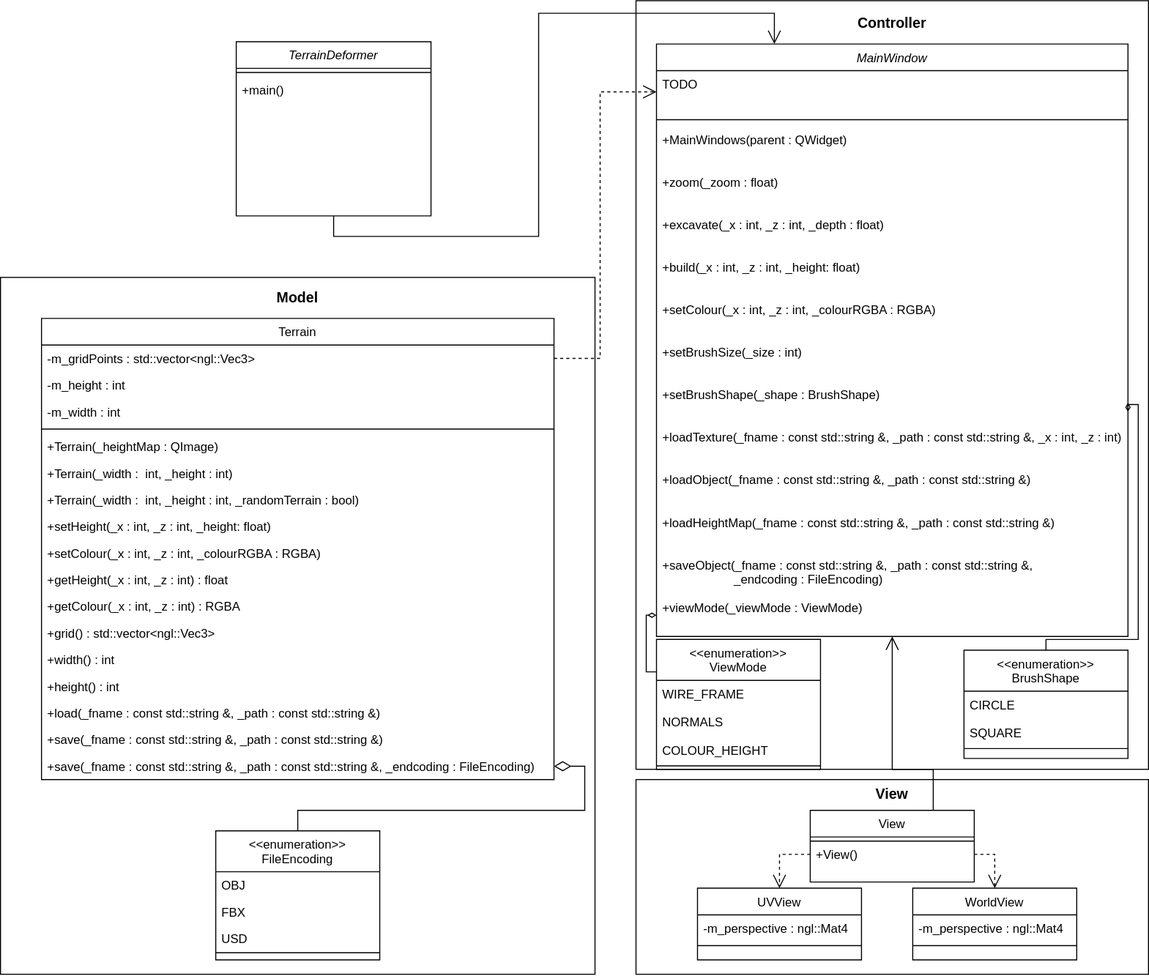
Olluo/geometry-clipmaps-demo keeps this draw.io diagram as img/ase_class_diagram.svg. Above is the earlier version. Source tidied: cells renumbered, new cells last; positions are measured from the earlier drawing's top-left corner, leaving out a move shared by most shapes.
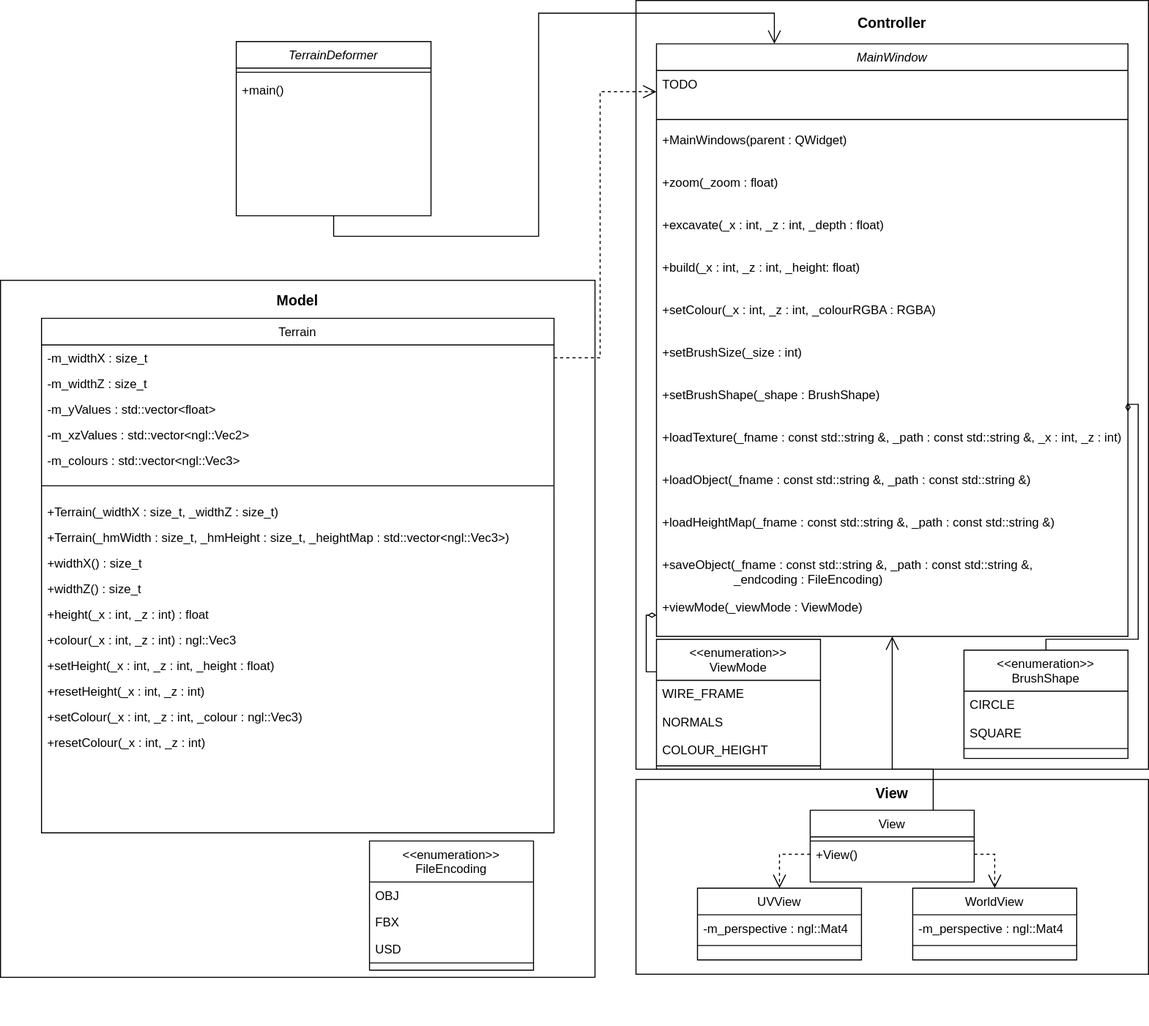
After the change.

The edit, as a diff of the source:
```diff
@@ -3,7 +3,7 @@
     <mxCell id="0" />
     <mxCell id="1" parent="0" />
     <mxCell id="2" style="group;" parent="1" vertex="1">
-      <mxGeometry y="270" width="580" height="680" as="geometry" />
+      <mxGeometry y="273" width="580" height="726" as="geometry" />
     </mxCell>
     <mxCell id="3" style="rounded=0;whiteSpace=wrap;html=1;fillColor=none;" parent="2" vertex="1">
       <mxGeometry width="580" height="680" as="geometry" />
@@ -11,6 +11,21 @@
     <mxCell id="4" value="Model" style="text;html=1;strokeColor=none;fillColor=none;align=center;verticalAlign=middle;whiteSpace=wrap;rounded=0;fontSize=14;fontStyle=1;" parent="2" vertex="1">
       <mxGeometry x="260" y="10" width="60" height="20" as="geometry" />
     </mxCell>
+    <mxCell id="52" value="&lt;&lt;enumeration&gt;&gt;&#10;FileEncoding" style="swimlane;fontStyle=0;align=center;verticalAlign=top;horizontal=1;startSize=40;rounded=0;shadow=0;strokeWidth=1;" parent="2" vertex="1">
+      <mxGeometry x="360" y="547" width="160" height="126" as="geometry" />
+    </mxCell>
+    <mxCell id="53" value="OBJ" style="text;align=left;verticalAlign=top;spacingLeft=4;spacingRight=4;overflow=hidden;" parent="52" vertex="1">
+      <mxGeometry y="40" width="160" height="26" as="geometry" />
+    </mxCell>
+    <mxCell id="54" value="FBX" style="text;align=left;verticalAlign=top;spacingLeft=4;spacingRight=4;overflow=hidden;" parent="52" vertex="1">
+      <mxGeometry y="66" width="160" height="26" as="geometry" />
+    </mxCell>
+    <mxCell id="55" value="USD" style="text;align=left;verticalAlign=top;spacingLeft=4;spacingRight=4;overflow=hidden;" parent="52" vertex="1">
+      <mxGeometry y="92" width="160" height="26" as="geometry" />
+    </mxCell>
+    <mxCell id="56" style="line;html=1;strokeWidth=1;align=left;verticalAlign=middle;spacingTop=-1;spacingLeft=3;spacingRight=3;labelPosition=right;" parent="52" vertex="1">
+      <mxGeometry y="118" width="160" height="2" as="geometry" />
+    </mxCell>
     <mxCell id="5" style="group;" parent="1" vertex="1">
       <mxGeometry x="620" width="500" height="750" as="geometry" />
     </mxCell>
@@ -110,77 +125,56 @@
       </mxGeometry>
     </mxCell>
     <mxCell id="34" value="Terrain" style="swimlane;fontStyle=0;align=center;verticalAlign=top;horizontal=1;startSize=26;rounded=0;shadow=0;strokeWidth=1;" parent="1" vertex="1">
-      <mxGeometry x="40" y="310" width="500" height="450" as="geometry" />
+      <mxGeometry x="40" y="310" width="500" height="502" as="geometry" />
     </mxCell>
-    <mxCell id="35" value="-m_gridPoints : std::vector&lt;ngl::Vec3&gt;" style="text;align=left;verticalAlign=top;spacingLeft=4;spacingRight=4;overflow=hidden;points=[[0,0.5],[1,0.5]];portConstraint=eastwest;" parent="34" vertex="1">
-      <mxGeometry y="26" width="500" height="26" as="geometry" />
+    <mxCell id="35" value="-m_widthX : size_t" style="text;align=left;verticalAlign=top;spacingLeft=4;spacingRight=4;overflow=hidden;points=[[0,0.5],[1,0.5]];portConstraint=eastwest;" parent="34" vertex="1">
+      <mxGeometry y="26" width="500" height="25" as="geometry" />
     </mxCell>
-    <mxCell id="36" value="-m_height : int" style="text;align=left;verticalAlign=top;spacingLeft=4;spacingRight=4;overflow=hidden;" parent="34" vertex="1">
-      <mxGeometry y="52" width="500" height="26" as="geometry" />
-    </mxCell>
-    <mxCell id="37" value="-m_width : int" style="text;align=left;verticalAlign=top;spacingLeft=4;spacingRight=4;overflow=hidden;" parent="34" vertex="1">
-      <mxGeometry y="78" width="500" height="26" as="geometry" />
-    </mxCell>
+    <mxCell id="78" value="-m_widthZ : size_t" style="text;align=left;verticalAlign=top;spacingLeft=4;spacingRight=4;overflow=hidden;" parent="34" vertex="1">
+      <mxGeometry y="51" width="500" height="25" as="geometry" />
+    </mxCell>
+    <mxCell id="79" value="-m_yValues : std::vector&lt;float&gt;" style="text;align=left;verticalAlign=top;spacingLeft=4;spacingRight=4;overflow=hidden;" parent="34" vertex="1">
+      <mxGeometry y="76" width="500" height="25" as="geometry" />
+    </mxCell>
+    <mxCell id="80" value="-m_xzValues : std::vector&lt;ngl::Vec2&gt;" style="text;align=left;verticalAlign=top;spacingLeft=4;spacingRight=4;overflow=hidden;" parent="34" vertex="1">
+      <mxGeometry y="101" width="500" height="25" as="geometry" />
+    </mxCell>
+    <mxCell id="81" value="-m_colours : std::vector&lt;ngl::Vec3&gt;" style="text;align=left;verticalAlign=top;spacingLeft=4;spacingRight=4;overflow=hidden;" parent="34" vertex="1">
+      <mxGeometry y="126" width="500" height="25" as="geometry" />
+    </mxCell>
     <mxCell id="38" style="line;html=1;strokeWidth=1;align=left;verticalAlign=middle;spacingTop=-1;spacingLeft=3;spacingRight=3;labelPosition=right;" parent="34" vertex="1">
-      <mxGeometry y="104" width="500" height="8" as="geometry" />
+      <mxGeometry y="151" width="500" height="25" as="geometry" />
     </mxCell>
-    <mxCell id="39" value="+Terrain(_heightMap : QImage)" style="text;align=left;verticalAlign=top;spacingLeft=4;spacingRight=4;overflow=hidden;" parent="34" vertex="1">
-      <mxGeometry y="112" width="500" height="26" as="geometry" />
-    </mxCell>
-    <mxCell id="40" value="+Terrain(_width :  int, _height : int)" style="text;align=left;verticalAlign=top;spacingLeft=4;spacingRight=4;overflow=hidden;" parent="34" vertex="1">
-      <mxGeometry y="138" width="500" height="26" as="geometry" />
-    </mxCell>
-    <mxCell id="41" value="+Terrain(_width :  int, _height : int, _randomTerrain : bool)" style="text;align=left;verticalAlign=top;spacingLeft=4;spacingRight=4;overflow=hidden;" parent="34" vertex="1">
-      <mxGeometry y="164" width="500" height="26" as="geometry" />
-    </mxCell>
-    <mxCell id="42" value="+setHeight(_x : int, _z : int, _height: float)" style="text;align=left;verticalAlign=top;spacingLeft=4;spacingRight=4;overflow=hidden;" parent="34" vertex="1">
-      <mxGeometry y="190" width="500" height="26" as="geometry" />
-    </mxCell>
-    <mxCell id="43" value="+setColour(_x : int, _z : int, _colourRGBA : RGBA)" style="text;align=left;verticalAlign=top;spacingLeft=4;spacingRight=4;overflow=hidden;" parent="34" vertex="1">
-      <mxGeometry y="216" width="500" height="26" as="geometry" />
-    </mxCell>
-    <mxCell id="44" value="+getHeight(_x : int, _z : int) : float" style="text;align=left;verticalAlign=top;spacingLeft=4;spacingRight=4;overflow=hidden;" parent="34" vertex="1">
-      <mxGeometry y="242" width="500" height="26" as="geometry" />
-    </mxCell>
-    <mxCell id="45" value="+getColour(_x : int, _z : int) : RGBA" style="text;align=left;verticalAlign=top;spacingLeft=4;spacingRight=4;overflow=hidden;" parent="34" vertex="1">
-      <mxGeometry y="268" width="500" height="26" as="geometry" />
-    </mxCell>
-    <mxCell id="46" value="+grid() : std::vector&lt;ngl::Vec3&gt;" style="text;align=left;verticalAlign=top;spacingLeft=4;spacingRight=4;overflow=hidden;" parent="34" vertex="1">
-      <mxGeometry y="294" width="500" height="26" as="geometry" />
-    </mxCell>
-    <mxCell id="47" value="+width() : int" style="text;align=left;verticalAlign=top;spacingLeft=4;spacingRight=4;overflow=hidden;" parent="34" vertex="1">
-      <mxGeometry y="320" width="500" height="26" as="geometry" />
-    </mxCell>
-    <mxCell id="48" value="+height() : int" style="text;align=left;verticalAlign=top;spacingLeft=4;spacingRight=4;overflow=hidden;" parent="34" vertex="1">
-      <mxGeometry y="346" width="500" height="26" as="geometry" />
-    </mxCell>
-    <mxCell id="49" value="+load(_fname : const std::string &amp;, _path : const std::string &amp;)" style="text;align=left;verticalAlign=top;spacingLeft=4;spacingRight=4;overflow=hidden;" parent="34" vertex="1">
-      <mxGeometry y="372" width="500" height="26" as="geometry" />
-    </mxCell>
-    <mxCell id="50" value="+save(_fname : const std::string &amp;, _path : const std::string &amp;)" style="text;align=left;verticalAlign=top;spacingLeft=4;spacingRight=4;overflow=hidden;" parent="34" vertex="1">
-      <mxGeometry y="398" width="500" height="26" as="geometry" />
-    </mxCell>
-    <mxCell id="51" value="+save(_fname : const std::string &amp;, _path : const std::string &amp;, _endcoding : FileEncoding)" style="text;align=left;verticalAlign=top;spacingLeft=4;spacingRight=4;overflow=hidden;points=[[0,0.5],[1,0.5]];portConstraint=eastwest;" parent="34" vertex="1">
-      <mxGeometry y="424" width="500" height="26" as="geometry" />
-    </mxCell>
-    <mxCell id="52" value="&lt;&lt;enumeration&gt;&gt;&#10;FileEncoding" style="swimlane;fontStyle=0;align=center;verticalAlign=top;horizontal=1;startSize=40;rounded=0;shadow=0;strokeWidth=1;" parent="1" vertex="1">
-      <mxGeometry x="210" y="810" width="160" height="126" as="geometry" />
-    </mxCell>
-    <mxCell id="53" value="OBJ" style="text;align=left;verticalAlign=top;spacingLeft=4;spacingRight=4;overflow=hidden;" parent="52" vertex="1">
-      <mxGeometry y="40" width="160" height="26" as="geometry" />
-    </mxCell>
-    <mxCell id="54" value="FBX" style="text;align=left;verticalAlign=top;spacingLeft=4;spacingRight=4;overflow=hidden;" parent="52" vertex="1">
-      <mxGeometry y="66" width="160" height="26" as="geometry" />
-    </mxCell>
-    <mxCell id="55" value="USD" style="text;align=left;verticalAlign=top;spacingLeft=4;spacingRight=4;overflow=hidden;" parent="52" vertex="1">
-      <mxGeometry y="92" width="160" height="26" as="geometry" />
-    </mxCell>
-    <mxCell id="56" style="line;html=1;strokeWidth=1;align=left;verticalAlign=middle;spacingTop=-1;spacingLeft=3;spacingRight=3;labelPosition=right;" parent="52" vertex="1">
-      <mxGeometry y="118" width="160" height="2" as="geometry" />
-    </mxCell>
-    <mxCell id="57" style="edgeStyle=orthogonalEdgeStyle;rounded=0;jettySize=auto;html=1;exitX=1;exitY=0.5;exitDx=0;exitDy=0;entryX=0.5;entryY=0;entryDx=0;entryDy=0;startArrow=diamondThin;startFill=0;endArrow=none;endFill=0;strokeWidth=1;jumpSize=10;endSize=11;startSize=14;" parent="1" edge="1" source="51" target="52">
-      <mxGeometry relative="1" as="geometry" />
-    </mxCell>
+    <mxCell id="82" value="+Terrain(_widthX : size_t, _widthZ : size_t)" style="text;align=left;verticalAlign=top;spacingLeft=4;spacingRight=4;overflow=hidden;" parent="34" vertex="1">
+      <mxGeometry y="176" width="500" height="25" as="geometry" />
+    </mxCell>
+    <mxCell id="83" value="+Terrain(_hmWidth : size_t, _hmHeight : size_t, _heightMap : std::vector&lt;ngl::Vec3&gt;)" style="text;align=left;verticalAlign=top;spacingLeft=4;spacingRight=4;overflow=hidden;" parent="34" vertex="1">
+      <mxGeometry y="201" width="500" height="25" as="geometry" />
+    </mxCell>
+    <mxCell id="84" value="+widthX() : size_t" style="text;align=left;verticalAlign=top;spacingLeft=4;spacingRight=4;overflow=hidden;" parent="34" vertex="1">
+      <mxGeometry y="226" width="500" height="25" as="geometry" />
+    </mxCell>
+    <mxCell id="85" value="+widthZ() : size_t" style="text;align=left;verticalAlign=top;spacingLeft=4;spacingRight=4;overflow=hidden;" parent="34" vertex="1">
+      <mxGeometry y="251" width="500" height="25" as="geometry" />
+    </mxCell>
+    <mxCell id="86" value="+height(_x : int, _z : int) : float" style="text;align=left;verticalAlign=top;spacingLeft=4;spacingRight=4;overflow=hidden;" parent="34" vertex="1">
+      <mxGeometry y="276" width="500" height="25" as="geometry" />
+    </mxCell>
+    <mxCell id="87" value="+colour(_x : int, _z : int) : ngl::Vec3" style="text;align=left;verticalAlign=top;spacingLeft=4;spacingRight=4;overflow=hidden;" parent="34" vertex="1">
+      <mxGeometry y="301" width="500" height="25" as="geometry" />
+    </mxCell>
+    <mxCell id="88" value="+setHeight(_x : int, _z : int, _height : float) " style="text;align=left;verticalAlign=top;spacingLeft=4;spacingRight=4;overflow=hidden;" parent="34" vertex="1">
+      <mxGeometry y="326" width="500" height="25" as="geometry" />
+    </mxCell>
+    <mxCell id="89" value="+resetHeight(_x : int, _z : int) " style="text;align=left;verticalAlign=top;spacingLeft=4;spacingRight=4;overflow=hidden;" parent="34" vertex="1">
+      <mxGeometry y="351" width="500" height="25" as="geometry" />
+    </mxCell>
+    <mxCell id="90" value="+setColour(_x : int, _z : int, _colour : ngl::Vec3) " style="text;align=left;verticalAlign=top;spacingLeft=4;spacingRight=4;overflow=hidden;" parent="34" vertex="1">
+      <mxGeometry y="376" width="500" height="25" as="geometry" />
+    </mxCell>
+    <mxCell id="91" value="+resetColour(_x : int, _z : int) " style="text;align=left;verticalAlign=top;spacingLeft=4;spacingRight=4;overflow=hidden;" parent="34" vertex="1">
+      <mxGeometry y="401" width="500" height="25" as="geometry" />
+    </mxCell>
     <mxCell id="58" style="group;" parent="1" vertex="1">
       <mxGeometry x="620" y="760" width="500" height="190" as="geometry" />
     </mxCell>
```
